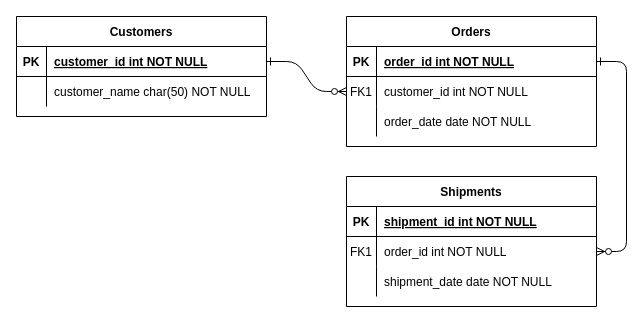
The draw.io diagram Untitled Diagram.drawio in bhuvvaan/tutorial, before the edit. Source tidied: cells renumbered, new cells numbered last; positions are measured from the earlier drawing's top-left corner, leaving out a move shared by most shapes. Both pictures are drawn from the tidied source at 100%, with x=0, y=0 at pixel (16, 16).
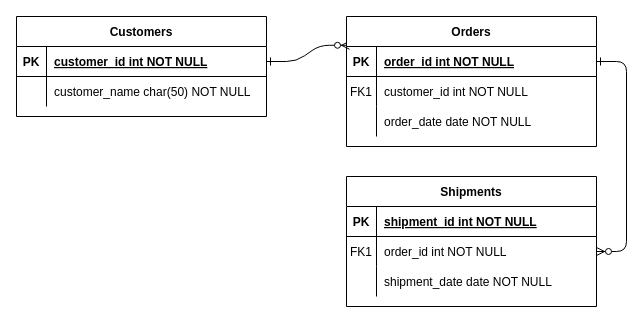
The same diagram, later.

The change refers to these unchanged cells:
```xml
<mxCell id="5" style="shape=partialRectangle;fillColor=none;points=[[0,0.5],[1,0.5]];portConstraint=eastwest;top=0;left=0;right=0;bottom=1;" parent="4" vertex="1">
  <mxGeometry y="30" width="250" height="30" as="geometry" />
</mxCell>
<mxCell id="8" style="shape=partialRectangle;fillColor=none;points=[[0,0.5],[1,0.5]];portConstraint=eastwest;top=0;left=0;right=0;bottom=0;" parent="4" vertex="1">
  <mxGeometry y="60" width="250" height="30" as="geometry" />
</mxCell>
<mxCell id="25" style="shape=partialRectangle;fillColor=none;points=[[0,0.5],[1,0.5]];portConstraint=eastwest;top=0;left=0;right=0;bottom=1;" parent="24" vertex="1">
  <mxGeometry y="30" width="250" height="30" as="geometry" />
</mxCell>
```

What changed in the source:
```diff
@@
-    <mxCell id="2" style="edgeStyle=entityRelationEdgeStyle;endArrow=ERzeroToMany;startArrow=ERone;endFill=1;startFill=0;" parent="1" edge="1" source="25" target="8">
+    <mxCell id="2" style="edgeStyle=entityRelationEdgeStyle;endArrow=ERzeroToMany;startArrow=ERone;endFill=1;startFill=0;entryX=0.012;entryY=-0.041;entryDx=0;entryDy=0;entryPerimeter=0;" parent="1" edge="1" source="25" target="5">
       <mxGeometry relative="1" as="geometry" />
     </mxCell>
```
